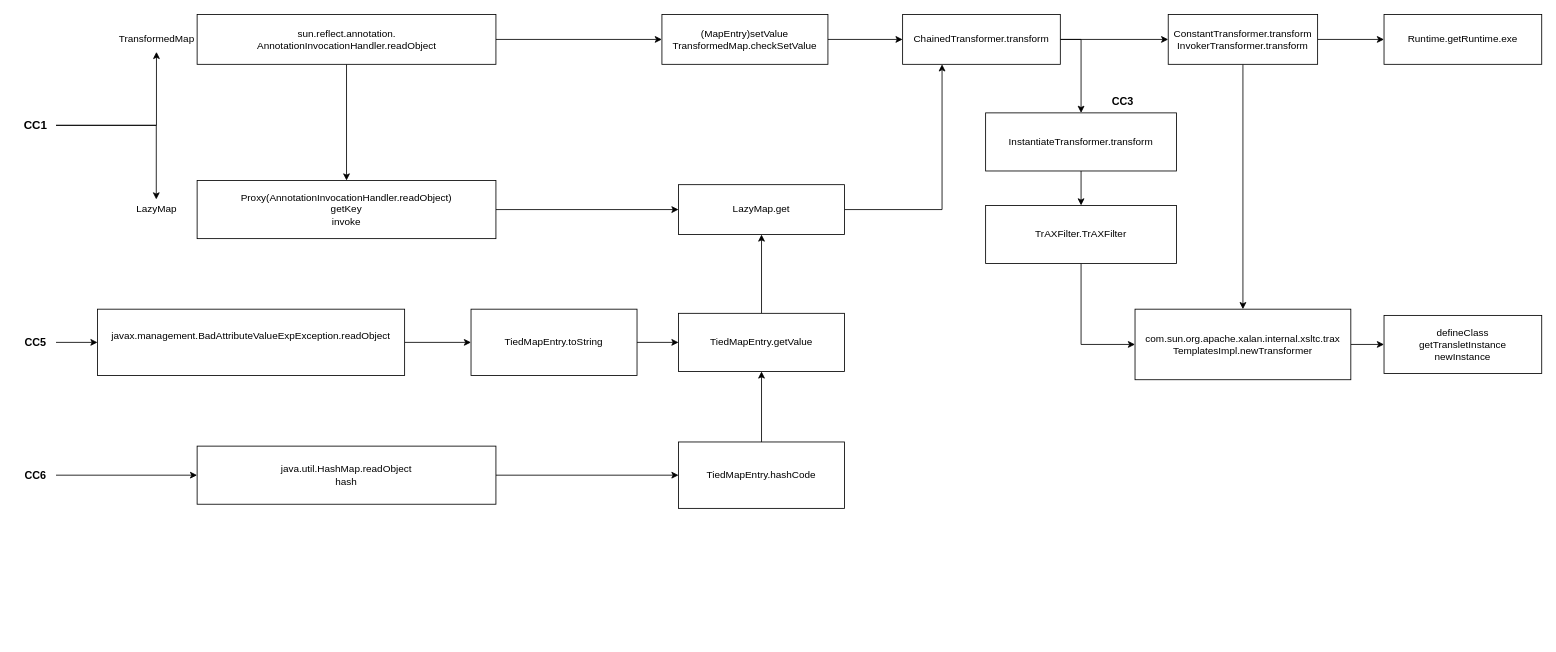
Earlier version of the draw.io diagram CC链/CC link.drawio (hututu2/Java-Study). Source tidied: cells renumbered, new cells numbered last; positions are measured from the earlier drawing's top-left corner, leaving out a move shared by most shapes. Both pictures are drawn from the tidied source at 83%, with x=0, y=0 at pixel (14, 14).
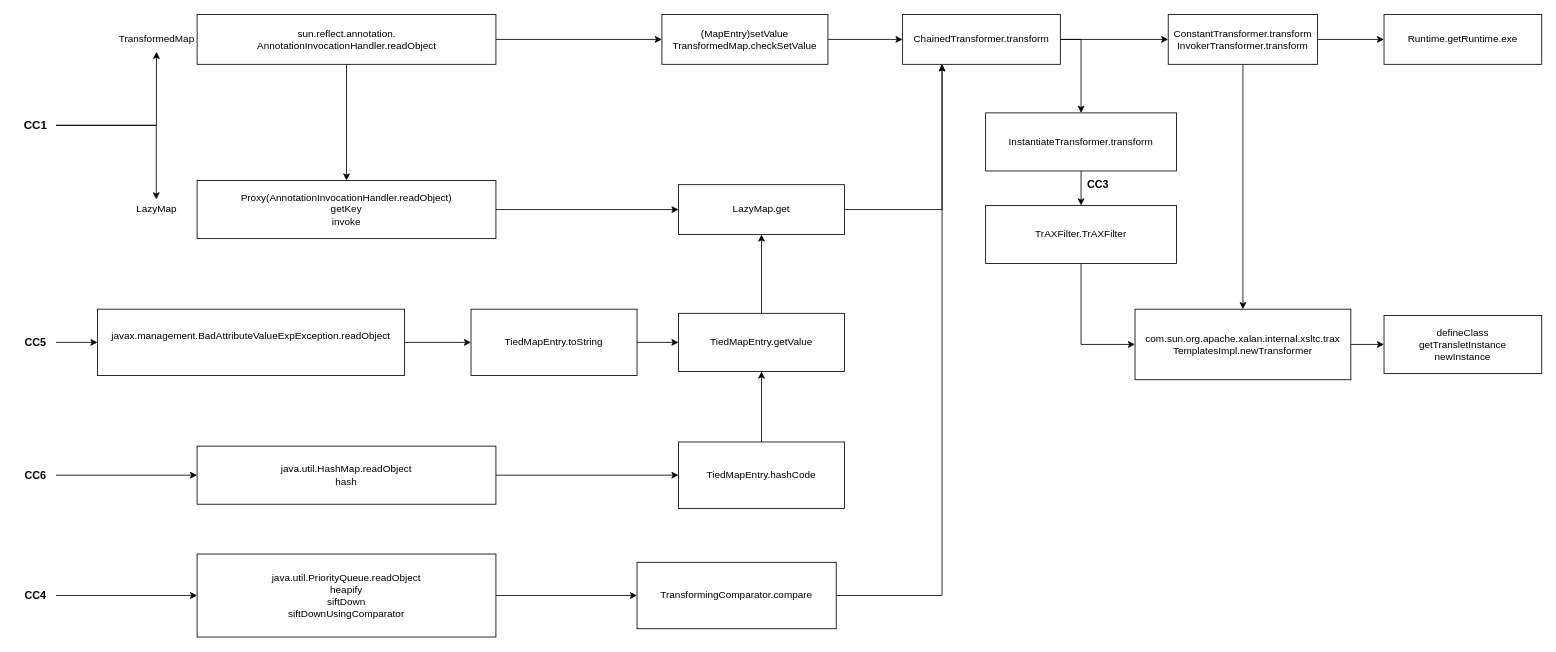
Above is the later version.

Unchanged cells that the change refers to:
```xml
<mxCell id="5" value="ChainedTransformer.transform" style="rounded=0;whiteSpace=wrap;html=1;fontFamily=Helvetica;" parent="1" vertex="1">
  <mxGeometry x="1070" width="190" height="60" as="geometry" />
</mxCell>
```

What changed in the source:
```diff
@@
     <mxCell id="42" value="&lt;b style=&quot;font-size: 13px;&quot;&gt;CC3&lt;/b&gt;" style="text;html=1;align=center;verticalAlign=middle;strokeColor=none;fillColor=none;fontSize=13;fontFamily=Helvetica;" parent="1" vertex="1">
-      <mxGeometry x="1310" y="88.5" width="50" height="30" as="geometry" />
+      <mxGeometry x="1280" y="190" width="50" height="30" as="geometry" />
     </mxCell>
@@
+    <mxCell id="45" style="edgeStyle=orthogonalEdgeStyle;rounded=0;jettySize=auto;html=1;exitX=1;exitY=0.5;exitDx=0;exitDy=0;entryX=0.25;entryY=1;entryDx=0;entryDy=0;" parent="1" edge="1" source="46" target="5">
+      <mxGeometry relative="1" as="geometry" />
+    </mxCell>
+    <mxCell id="46" value="TransformingComparator.compare" style="rounded=0;whiteSpace=wrap;html=1;" parent="1" vertex="1">
+      <mxGeometry x="750" y="660" width="240" height="80" as="geometry" />
+    </mxCell>
+    <mxCell id="47" style="edgeStyle=orthogonalEdgeStyle;rounded=0;jettySize=auto;html=1;exitX=1;exitY=0.5;exitDx=0;exitDy=0;entryX=0;entryY=0.5;entryDx=0;entryDy=0;" parent="1" edge="1" source="48" target="46">
+      <mxGeometry relative="1" as="geometry" />
+    </mxCell>
+    <mxCell id="48" value="java.util.PriorityQueue.readObject&lt;br&gt;heapify&lt;br&gt;siftDown&lt;br&gt;siftDownUsingComparator" style="rounded=0;whiteSpace=wrap;html=1;" parent="1" vertex="1">
+      <mxGeometry x="220" y="650" width="360" height="100" as="geometry" />
+    </mxCell>
+    <mxCell id="49" style="edgeStyle=orthogonalEdgeStyle;rounded=0;jettySize=auto;html=1;" parent="1" edge="1" source="50" target="48">
+      <mxGeometry relative="1" as="geometry" />
+    </mxCell>
+    <mxCell id="50" value="&lt;span style=&quot;font-size: 13px;&quot;&gt;&lt;font style=&quot;font-size: 13px;&quot;&gt;CC4&lt;/font&gt;&lt;/span&gt;" style="text;html=1;align=center;verticalAlign=middle;points=[];strokeColor=none;fillColor=none;fontSize=13;fontStyle=1;fontFamily=Helvetica;" parent="1" vertex="1">
+      <mxGeometry y="685" width="50" height="30" as="geometry" />
+    </mxCell>
```
